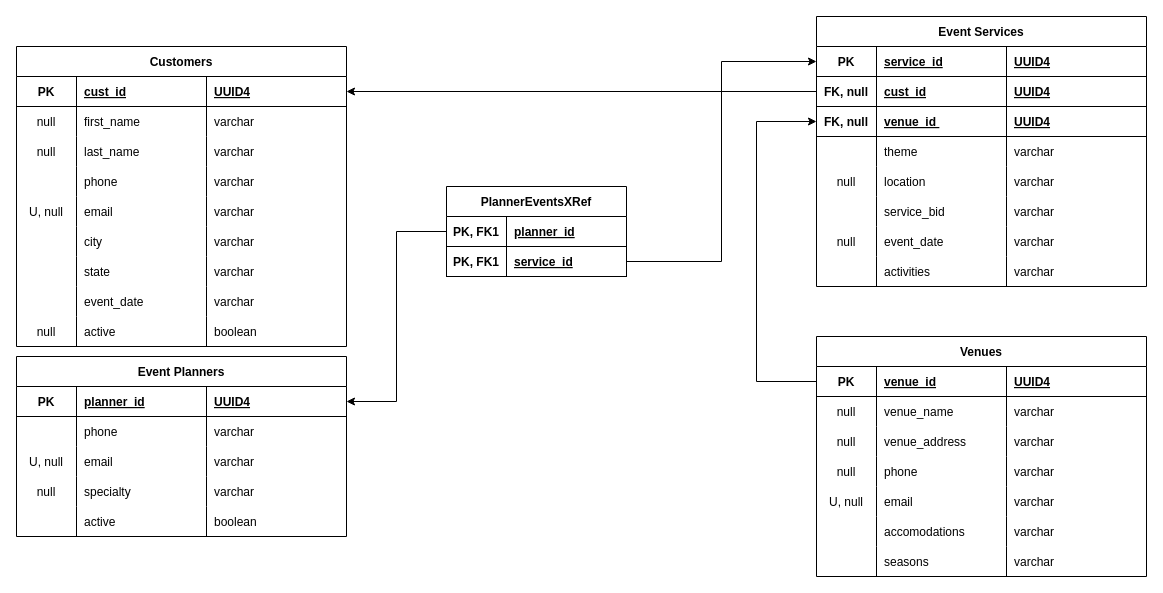
Before: erd.drawio in Denise-Devpipeline/BE-Capstone, a draw.io diagram. Source tidied: cells renumbered, new cells numbered last; positions are measured from the earlier drawing's top-left corner, leaving out a move shared by most shapes. Both pictures are drawn from the tidied source at 100%, with x=0, y=0 at pixel (16, 16).
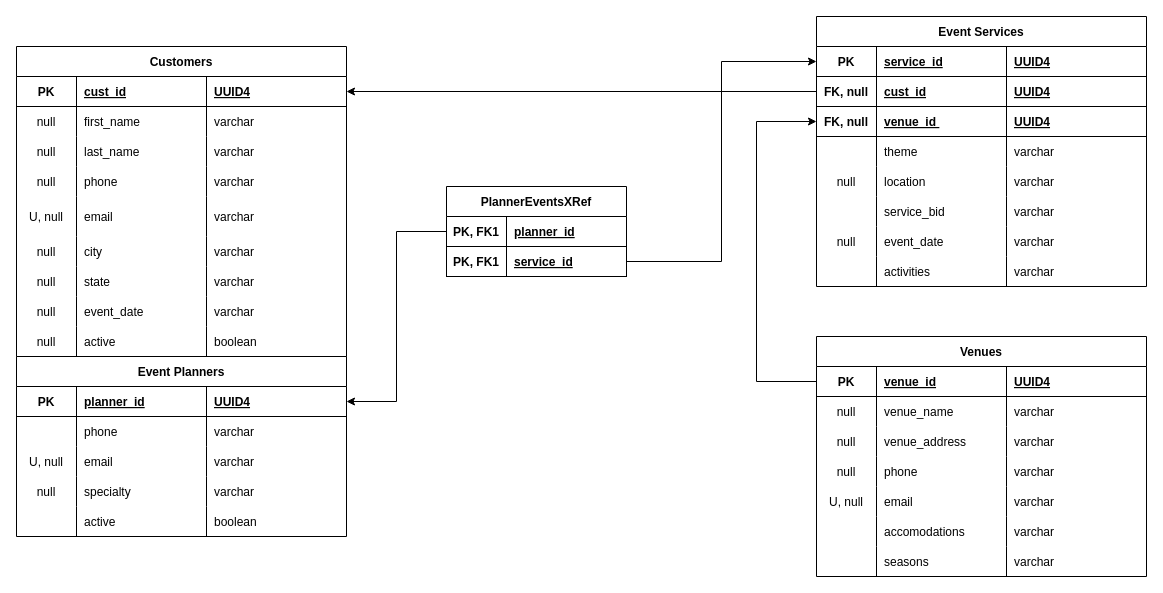
The same diagram, later.

Unchanged cells that the change refers to:
```xml
<mxCell id="15" style="shape=tableRow;horizontal=0;startSize=0;swimlaneHead=0;swimlaneBody=0;fillColor=none;top=0;left=0;right=0;bottom=0;" parent="2" vertex="1">
  <mxGeometry y="120" width="330" height="30" as="geometry" />
</mxCell>
```

Diff of the diagram source:
```diff
@@
     <mxCell id="2" value="Customers" style="shape=table;startSize=30;childLayout=tableLayout;rowLines=0;fontStyle=1;align=center;" parent="1" vertex="1">
-      <mxGeometry y="30" width="330" height="300" as="geometry" />
+      <mxGeometry y="30" width="330" height="310" as="geometry" />
     </mxCell>
@@
-    <mxCell id="16" style="shape=partialRectangle;fillColor=none;top=0;left=0;bottom=0;right=0;overflow=hidden;" parent="15" vertex="1">
+    <mxCell id="16" value="null" style="shape=partialRectangle;fillColor=none;top=0;left=0;bottom=0;right=0;overflow=hidden;" parent="15" vertex="1">
       <mxGeometry width="60" height="30" as="geometry" />
     </mxCell>
@@
     <mxCell id="19" style="shape=tableRow;horizontal=0;startSize=0;swimlaneHead=0;swimlaneBody=0;fillColor=none;top=0;left=0;right=0;bottom=0;" parent="2" vertex="1">
-      <mxGeometry y="150" width="330" height="30" as="geometry" />
+      <mxGeometry y="150" width="330" height="40" as="geometry" />
     </mxCell>
     <mxCell id="20" value="U, null" style="shape=partialRectangle;fillColor=none;top=0;left=0;bottom=0;right=0;overflow=hidden;" parent="19" vertex="1">
-      <mxGeometry width="60" height="30" as="geometry" />
+      <mxGeometry width="60" height="40" as="geometry" />
     </mxCell>
     <mxCell id="21" value="email" style="shape=partialRectangle;fillColor=none;top=0;left=0;bottom=0;right=0;align=left;spacingLeft=6;overflow=hidden;" parent="19" vertex="1">
-      <mxGeometry x="60" width="130" height="30" as="geometry" />
+      <mxGeometry x="60" width="130" height="40" as="geometry" />
     </mxCell>
     <mxCell id="22" value="varchar" style="shape=partialRectangle;fillColor=none;top=0;left=0;bottom=0;right=0;align=left;spacingLeft=6;overflow=hidden;" parent="19" vertex="1">
-      <mxGeometry x="190" width="140" height="30" as="geometry" />
+      <mxGeometry x="190" width="140" height="40" as="geometry" />
     </mxCell>
     <mxCell id="23" style="shape=tableRow;horizontal=0;startSize=0;swimlaneHead=0;swimlaneBody=0;fillColor=none;top=0;left=0;right=0;bottom=0;" parent="2" vertex="1">
-      <mxGeometry y="180" width="330" height="30" as="geometry" />
+      <mxGeometry y="190" width="330" height="30" as="geometry" />
     </mxCell>
-    <mxCell id="24" style="shape=partialRectangle;fillColor=none;top=0;left=0;bottom=0;right=0;overflow=hidden;" parent="23" vertex="1">
+    <mxCell id="24" value="null" style="shape=partialRectangle;fillColor=none;top=0;left=0;bottom=0;right=0;overflow=hidden;" parent="23" vertex="1">
       <mxGeometry width="60" height="30" as="geometry" />
     </mxCell>
@@
     <mxCell id="27" style="shape=tableRow;horizontal=0;startSize=0;swimlaneHead=0;swimlaneBody=0;fillColor=none;top=0;left=0;right=0;bottom=0;" parent="2" vertex="1">
-      <mxGeometry y="210" width="330" height="30" as="geometry" />
+      <mxGeometry y="220" width="330" height="30" as="geometry" />
     </mxCell>
-    <mxCell id="28" style="shape=partialRectangle;fillColor=none;top=0;left=0;bottom=0;right=0;overflow=hidden;" parent="27" vertex="1">
+    <mxCell id="28" value="null" style="shape=partialRectangle;fillColor=none;top=0;left=0;bottom=0;right=0;overflow=hidden;" parent="27" vertex="1">
       <mxGeometry width="60" height="30" as="geometry" />
     </mxCell>
@@
     <mxCell id="31" style="shape=tableRow;horizontal=0;startSize=0;swimlaneHead=0;swimlaneBody=0;fillColor=none;top=0;left=0;right=0;bottom=0;" parent="2" vertex="1">
-      <mxGeometry y="240" width="330" height="30" as="geometry" />
+      <mxGeometry y="250" width="330" height="30" as="geometry" />
     </mxCell>
-    <mxCell id="32" style="shape=partialRectangle;fillColor=none;top=0;left=0;bottom=0;right=0;overflow=hidden;" parent="31" vertex="1">
+    <mxCell id="32" value="null" style="shape=partialRectangle;fillColor=none;top=0;left=0;bottom=0;right=0;overflow=hidden;" parent="31" vertex="1">
       <mxGeometry width="60" height="30" as="geometry" />
     </mxCell>
@@
     <mxCell id="35" style="shape=tableRow;horizontal=0;startSize=0;swimlaneHead=0;swimlaneBody=0;fillColor=none;top=0;left=0;right=0;bottom=0;" parent="2" vertex="1">
-      <mxGeometry y="270" width="330" height="30" as="geometry" />
+      <mxGeometry y="280" width="330" height="30" as="geometry" />
     </mxCell>
```
